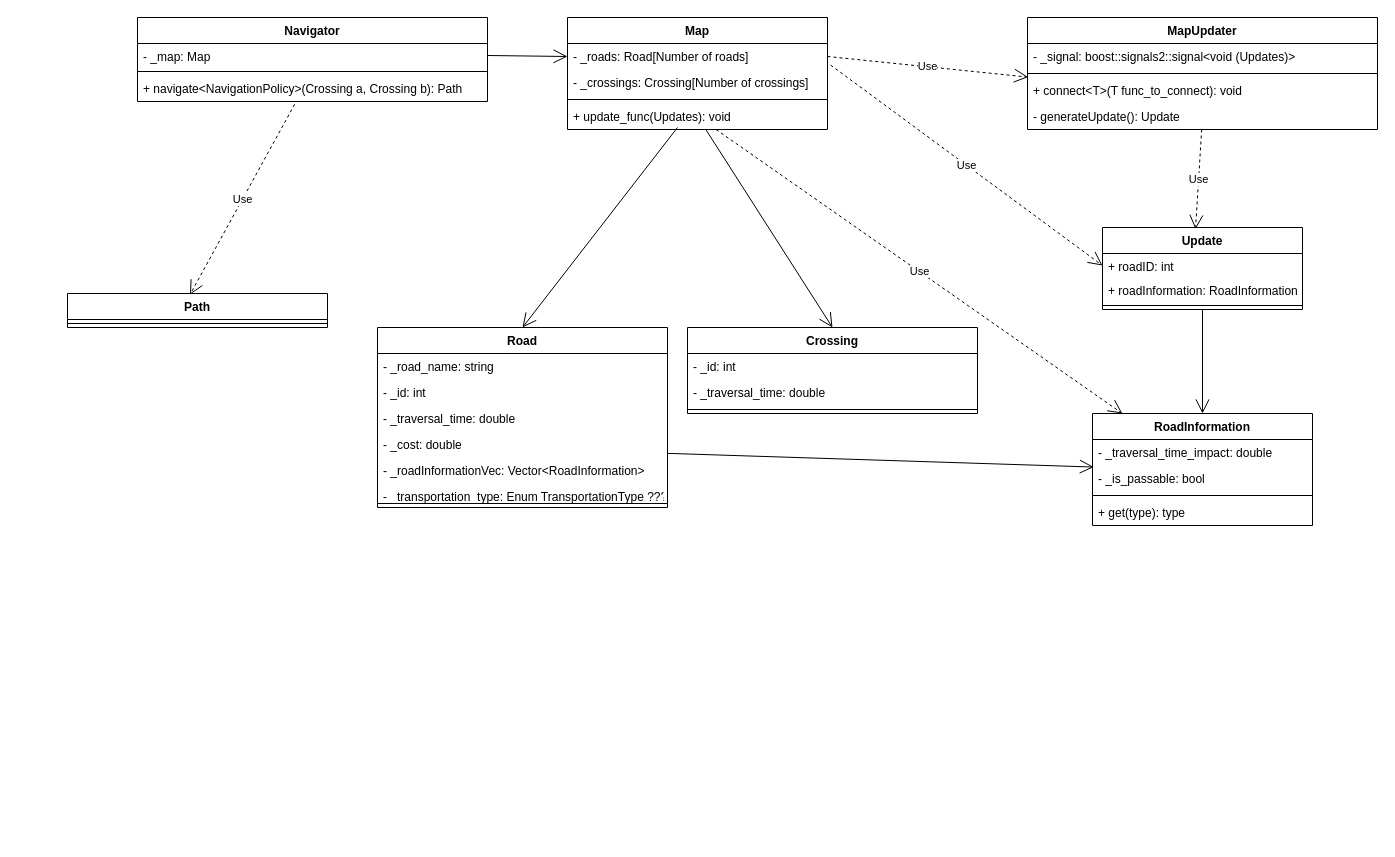
Before: page "Class" (2 of 3) of APK-domain.drawio in jens270996/NavSys, a draw.io diagram. Source tidied: cells renumbered, new cells numbered last; positions are measured from the earlier drawing's top-left corner, leaving out a move shared by most shapes. Both pictures are drawn from the tidied source at 100%, with x=0, y=0 at pixel (67, 17).
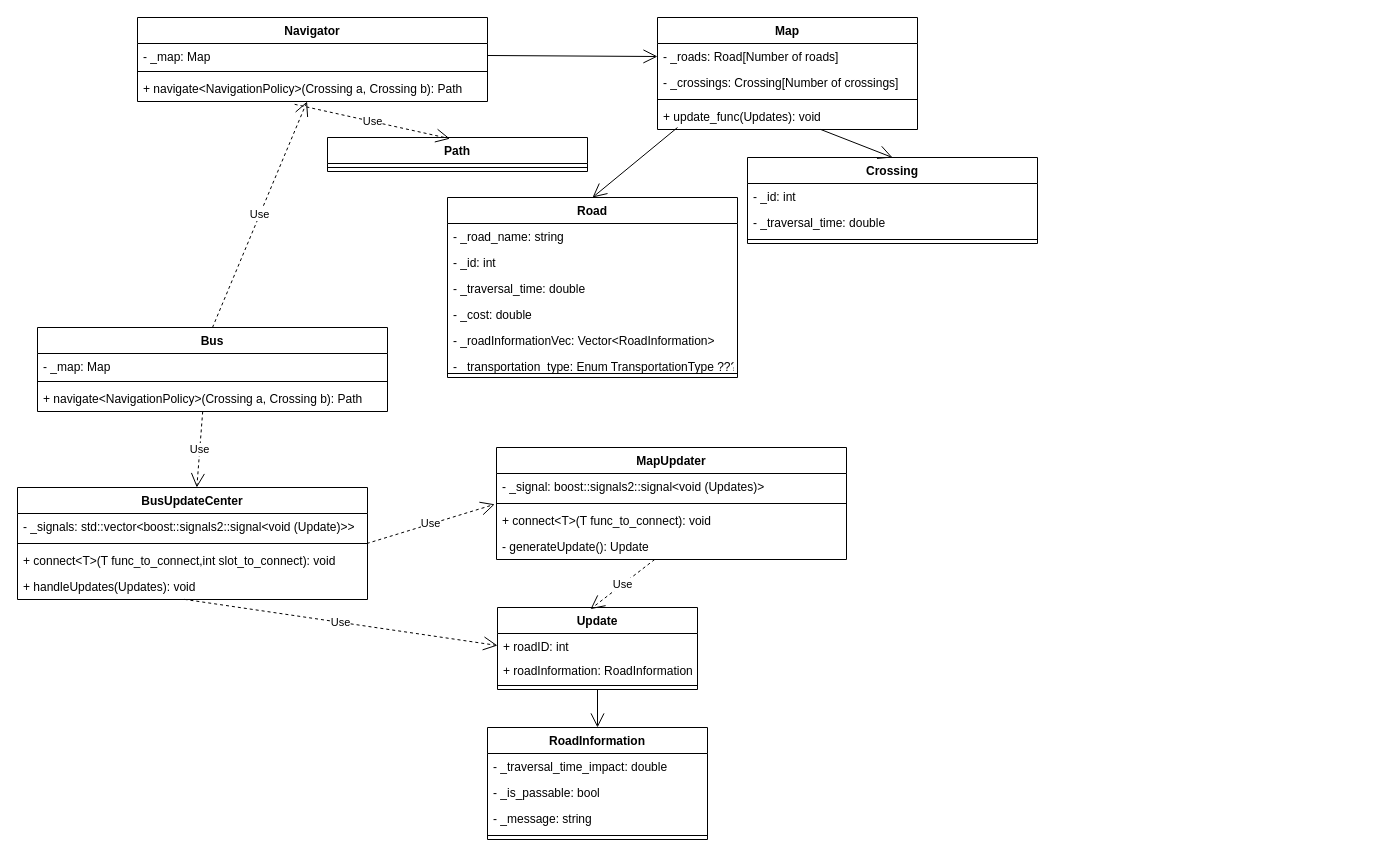
After the change.

The change refers to these unchanged cells:
```xml
<mxCell id="5" value="+ navigate&lt;NavigationPolicy&gt;(Crossing a, Crossing b): Path" style="text;strokeColor=none;fillColor=none;align=left;verticalAlign=top;spacingLeft=4;spacingRight=4;overflow=hidden;points=[[0,0.5],[1,0.5]];portConstraint=eastwest;" parent="2" vertex="1">
  <mxGeometry y="58" width="350" height="26" as="geometry" />
</mxCell>
<mxCell id="7" value="- _roads: Road[Number of roads]" style="text;strokeColor=none;fillColor=none;align=left;verticalAlign=top;spacingLeft=4;spacingRight=4;overflow=hidden;points=[[0,0.5],[1,0.5]];portConstraint=eastwest;" parent="6" vertex="1">
  <mxGeometry y="26" width="260" height="26" as="geometry" />
</mxCell>
<mxCell id="10" value="+ update_func(Updates): void" style="text;strokeColor=none;fillColor=none;align=left;verticalAlign=top;spacingLeft=4;spacingRight=4;overflow=hidden;points=[[0,0.5],[1,0.5]];portConstraint=eastwest;" parent="6" vertex="1">
  <mxGeometry y="86" width="260" height="26" as="geometry" />
</mxCell>
<mxCell id="12" value="- _signal: boost::signals2::signal&lt;void (Updates)&gt;" style="text;strokeColor=none;fillColor=none;align=left;verticalAlign=top;spacingLeft=4;spacingRight=4;overflow=hidden;points=[[0,0.5],[1,0.5]];portConstraint=eastwest;" parent="11" vertex="1">
  <mxGeometry y="26" width="350" height="26" as="geometry" />
</mxCell>
<mxCell id="14" value="+ connect&lt;T&gt;(T func_to_connect): void" style="text;strokeColor=none;fillColor=none;align=left;verticalAlign=top;spacingLeft=4;spacingRight=4;overflow=hidden;points=[[0,0.5],[1,0.5]];portConstraint=eastwest;" parent="11" vertex="1">
  <mxGeometry y="60" width="350" height="26" as="geometry" />
</mxCell>
<mxCell id="21" value="- _roadInformationVec: Vector&lt;RoadInformation&gt;" style="text;strokeColor=none;fillColor=none;align=left;verticalAlign=top;spacingLeft=4;spacingRight=4;overflow=hidden;points=[[0,0.5],[1,0.5]];portConstraint=eastwest;" parent="16" vertex="1">
  <mxGeometry y="130" width="290" height="26" as="geometry" />
</mxCell>
<mxCell id="25" value="+ roadID: int" style="text;strokeColor=none;fillColor=none;align=left;verticalAlign=top;spacingLeft=4;spacingRight=4;overflow=hidden;points=[[0,0.5],[1,0.5]];portConstraint=eastwest;" parent="24" vertex="1">
  <mxGeometry y="26" width="200" height="24" as="geometry" />
</mxCell>
<mxCell id="30" value="- _is_passable: bool" style="text;strokeColor=none;fillColor=none;align=left;verticalAlign=top;spacingLeft=4;spacingRight=4;overflow=hidden;points=[[0,0.5],[1,0.5]];portConstraint=eastwest;" parent="28" vertex="1">
  <mxGeometry y="52" width="220" height="26" as="geometry" />
</mxCell>
```

Change to the diagram source:
```diff
@@
     <mxCell id="6" value="Map" style="swimlane;fontStyle=1;align=center;verticalAlign=top;horizontal=1;startSize=26;" parent="1" vertex="1">
-      <mxGeometry x="500" width="260" height="112" as="geometry" />
+      <mxGeometry x="590" width="260" height="112" as="geometry" />
     </mxCell>
@@
     <mxCell id="11" value="MapUpdater" style="swimlane;fontStyle=1;align=center;verticalAlign=top;horizontal=1;startSize=26;" parent="1" vertex="1">
-      <mxGeometry x="960" width="350" height="112" as="geometry" />
+      <mxGeometry x="429" y="430" width="350" height="112" as="geometry" />
     </mxCell>
@@
     <mxCell id="16" value="Road" style="swimlane;fontStyle=1;align=center;verticalAlign=top;horizontal=1;startSize=26;" parent="1" vertex="1">
-      <mxGeometry x="310" y="310" width="290" height="180" as="geometry" />
+      <mxGeometry x="380" y="180" width="290" height="180" as="geometry" />
     </mxCell>
@@
     <mxCell id="24" value="Update" style="swimlane;fontStyle=1;align=center;verticalAlign=top;horizontal=1;startSize=26;" parent="1" vertex="1">
-      <mxGeometry x="1035" y="210" width="200" height="82" as="geometry" />
+      <mxGeometry x="430" y="590" width="200" height="82" as="geometry" />
     </mxCell>
@@
     <mxCell id="28" value="RoadInformation" style="swimlane;fontStyle=1;align=center;verticalAlign=top;horizontal=1;startSize=26;" parent="1" vertex="1">
-      <mxGeometry x="1025" y="396" width="220" height="112" as="geometry" />
+      <mxGeometry x="420" y="710" width="220" height="112" as="geometry" />
     </mxCell>
@@
+    <mxCell id="49" value="- _message: string" style="text;strokeColor=none;fillColor=none;align=left;verticalAlign=top;spacingLeft=4;spacingRight=4;overflow=hidden;" parent="28" vertex="1">
+      <mxGeometry y="78" width="220" height="26" as="geometry" />
+    </mxCell>
     <mxCell id="31" style="line;strokeWidth=1;fillColor=none;align=left;verticalAlign=middle;spacingTop=-1;spacingLeft=3;spacingRight=3;labelPosition=right;" parent="28" vertex="1">
-      <mxGeometry y="78" width="220" height="8" as="geometry" />
+      <mxGeometry y="104" width="220" height="8" as="geometry" />
     </mxCell>
-    <mxCell id="32" value="+ get(type): type" style="text;strokeColor=none;fillColor=none;align=left;verticalAlign=top;spacingLeft=4;spacingRight=4;overflow=hidden;" parent="28" vertex="1">
-      <mxGeometry y="86" width="220" height="26" as="geometry" />
-    </mxCell>
     <mxCell id="33" value="Crossing" style="swimlane;fontStyle=1;align=center;verticalAlign=top;horizontal=1;startSize=26;" parent="1" vertex="1">
-      <mxGeometry x="620" y="310" width="290" height="86" as="geometry" />
+      <mxGeometry x="680" y="140" width="290" height="86" as="geometry" />
     </mxCell>
@@
-    <mxCell id="41" value="Use" style="endArrow=open;endSize=12;dashed=1;html=1;rounded=0;entryX=0;entryY=0.5;entryDx=0;entryDy=0;exitX=1.012;exitY=0.831;exitDx=0;exitDy=0;exitPerimeter=0;" parent="1" edge="1" source="7" target="25">
-      <mxGeometry relative="1" as="geometry" />
-    </mxCell>
-    <mxCell id="42" value="Use" style="endArrow=open;endSize=12;dashed=1;html=1;rounded=0;entryX=0.002;entryY=-0.015;entryDx=0;entryDy=0;exitX=1;exitY=0.5;exitDx=0;exitDy=0;entryPerimeter=0;" parent="1" edge="1" source="7" target="14">
-      <mxGeometry relative="1" as="geometry" />
-    </mxCell>
     <mxCell id="43" value="Path" style="swimlane;fontStyle=1;align=center;verticalAlign=top;horizontal=1;startSize=26;" parent="1" vertex="1">
-      <mxGeometry y="276" width="260" height="34" as="geometry" />
+      <mxGeometry x="260" y="120" width="260" height="34" as="geometry" />
     </mxCell>
@@
-    <mxCell id="46" style="endArrow=open;endFill=1;endSize=12;html=1;rounded=0;entryX=0.006;entryY=0.06;entryDx=0;entryDy=0;entryPerimeter=0;exitX=1;exitY=-0.159;exitDx=0;exitDy=0;exitPerimeter=0;" parent="1" edge="1" source="21" target="30">
-      <mxGeometry relative="1" as="geometry" />
-    </mxCell>
@@
-    <mxCell id="48" value="Use" style="endArrow=open;endSize=12;dashed=1;html=1;rounded=0;" parent="1" edge="1" source="10" target="28">
-      <mxGeometry relative="1" as="geometry" />
-    </mxCell>
+    <mxCell id="50" value="Bus" style="swimlane;fontStyle=1;align=center;verticalAlign=top;horizontal=1;startSize=26;" parent="1" vertex="1">
+      <mxGeometry x="-30" y="310" width="350" height="84" as="geometry" />
+    </mxCell>
+    <mxCell id="51" value="- _map: Map&#10;" style="text;strokeColor=none;fillColor=none;align=left;verticalAlign=top;spacingLeft=4;spacingRight=4;overflow=hidden;" parent="50" vertex="1">
+      <mxGeometry y="26" width="350" height="24" as="geometry" />
+    </mxCell>
+    <mxCell id="52" style="line;strokeWidth=1;fillColor=none;align=left;verticalAlign=middle;spacingTop=-1;spacingLeft=3;spacingRight=3;labelPosition=right;" parent="50" vertex="1">
+      <mxGeometry y="50" width="350" height="8" as="geometry" />
+    </mxCell>
+    <mxCell id="53" value="+ navigate&lt;NavigationPolicy&gt;(Crossing a, Crossing b): Path" style="text;strokeColor=none;fillColor=none;align=left;verticalAlign=top;spacingLeft=4;spacingRight=4;overflow=hidden;points=[[0,0.5],[1,0.5]];portConstraint=eastwest;" parent="50" vertex="1">
+      <mxGeometry y="58" width="350" height="26" as="geometry" />
+    </mxCell>
+    <mxCell id="54" value="Use" style="endArrow=open;endSize=12;dashed=1;html=1;rounded=0;exitX=0.5;exitY=0;exitDx=0;exitDy=0;" parent="1" edge="1" source="50" target="5">
+      <mxGeometry relative="1" as="geometry" />
+    </mxCell>
+    <mxCell id="55" value="BusUpdateCenter" style="swimlane;fontStyle=1;align=center;verticalAlign=top;horizontal=1;startSize=26;" parent="1" vertex="1">
+      <mxGeometry x="-50" y="470" width="350" height="112" as="geometry" />
+    </mxCell>
+    <mxCell id="56" value="- _signals: std::vector&lt;boost::signals2::signal&lt;void (Update)&gt;&gt;" style="text;strokeColor=none;fillColor=none;align=left;verticalAlign=top;spacingLeft=4;spacingRight=4;overflow=hidden;" parent="55" vertex="1">
+      <mxGeometry y="26" width="350" height="26" as="geometry" />
+    </mxCell>
+    <mxCell id="57" style="line;strokeWidth=1;fillColor=none;align=left;verticalAlign=middle;spacingTop=-1;spacingLeft=3;spacingRight=3;labelPosition=right;" parent="55" vertex="1">
+      <mxGeometry y="52" width="350" height="8" as="geometry" />
+    </mxCell>
+    <mxCell id="58" value="+ connect&lt;T&gt;(T func_to_connect,int slot_to_connect): void" style="text;strokeColor=none;fillColor=none;align=left;verticalAlign=top;spacingLeft=4;spacingRight=4;overflow=hidden;points=[[0,0.5],[1,0.5]];portConstraint=eastwest;" parent="55" vertex="1">
+      <mxGeometry y="60" width="350" height="26" as="geometry" />
+    </mxCell>
+    <mxCell id="59" value="+ handleUpdates(Updates): void" style="text;strokeColor=none;fillColor=none;align=left;verticalAlign=top;spacingLeft=4;spacingRight=4;overflow=hidden;points=[[0,0.5],[1,0.5]];portConstraint=eastwest;" parent="55" vertex="1">
+      <mxGeometry y="86" width="350" height="26" as="geometry" />
+    </mxCell>
+    <mxCell id="60" value="Use" style="endArrow=open;endSize=12;dashed=1;html=1;rounded=0;entryX=0;entryY=0.5;entryDx=0;entryDy=0;exitX=0.477;exitY=0.995;exitDx=0;exitDy=0;exitPerimeter=0;" parent="1" edge="1" source="59" target="25">
+      <mxGeometry relative="1" as="geometry" />
+    </mxCell>
+    <mxCell id="61" value="Use" style="endArrow=open;endSize=12;dashed=1;html=1;rounded=0;exitX=0.472;exitY=1;exitDx=0;exitDy=0;exitPerimeter=0;" parent="1" edge="1" source="53" target="55">
+      <mxGeometry relative="1" as="geometry" />
+    </mxCell>
+    <mxCell id="62" value="Use" style="endArrow=open;endSize=12;dashed=1;html=1;rounded=0;entryX=-0.005;entryY=1.185;entryDx=0;entryDy=0;exitX=0.998;exitY=-0.154;exitDx=0;exitDy=0;exitPerimeter=0;entryPerimeter=0;" parent="1" edge="1" source="58" target="12">
+      <mxGeometry relative="1" as="geometry" />
+    </mxCell>
```
